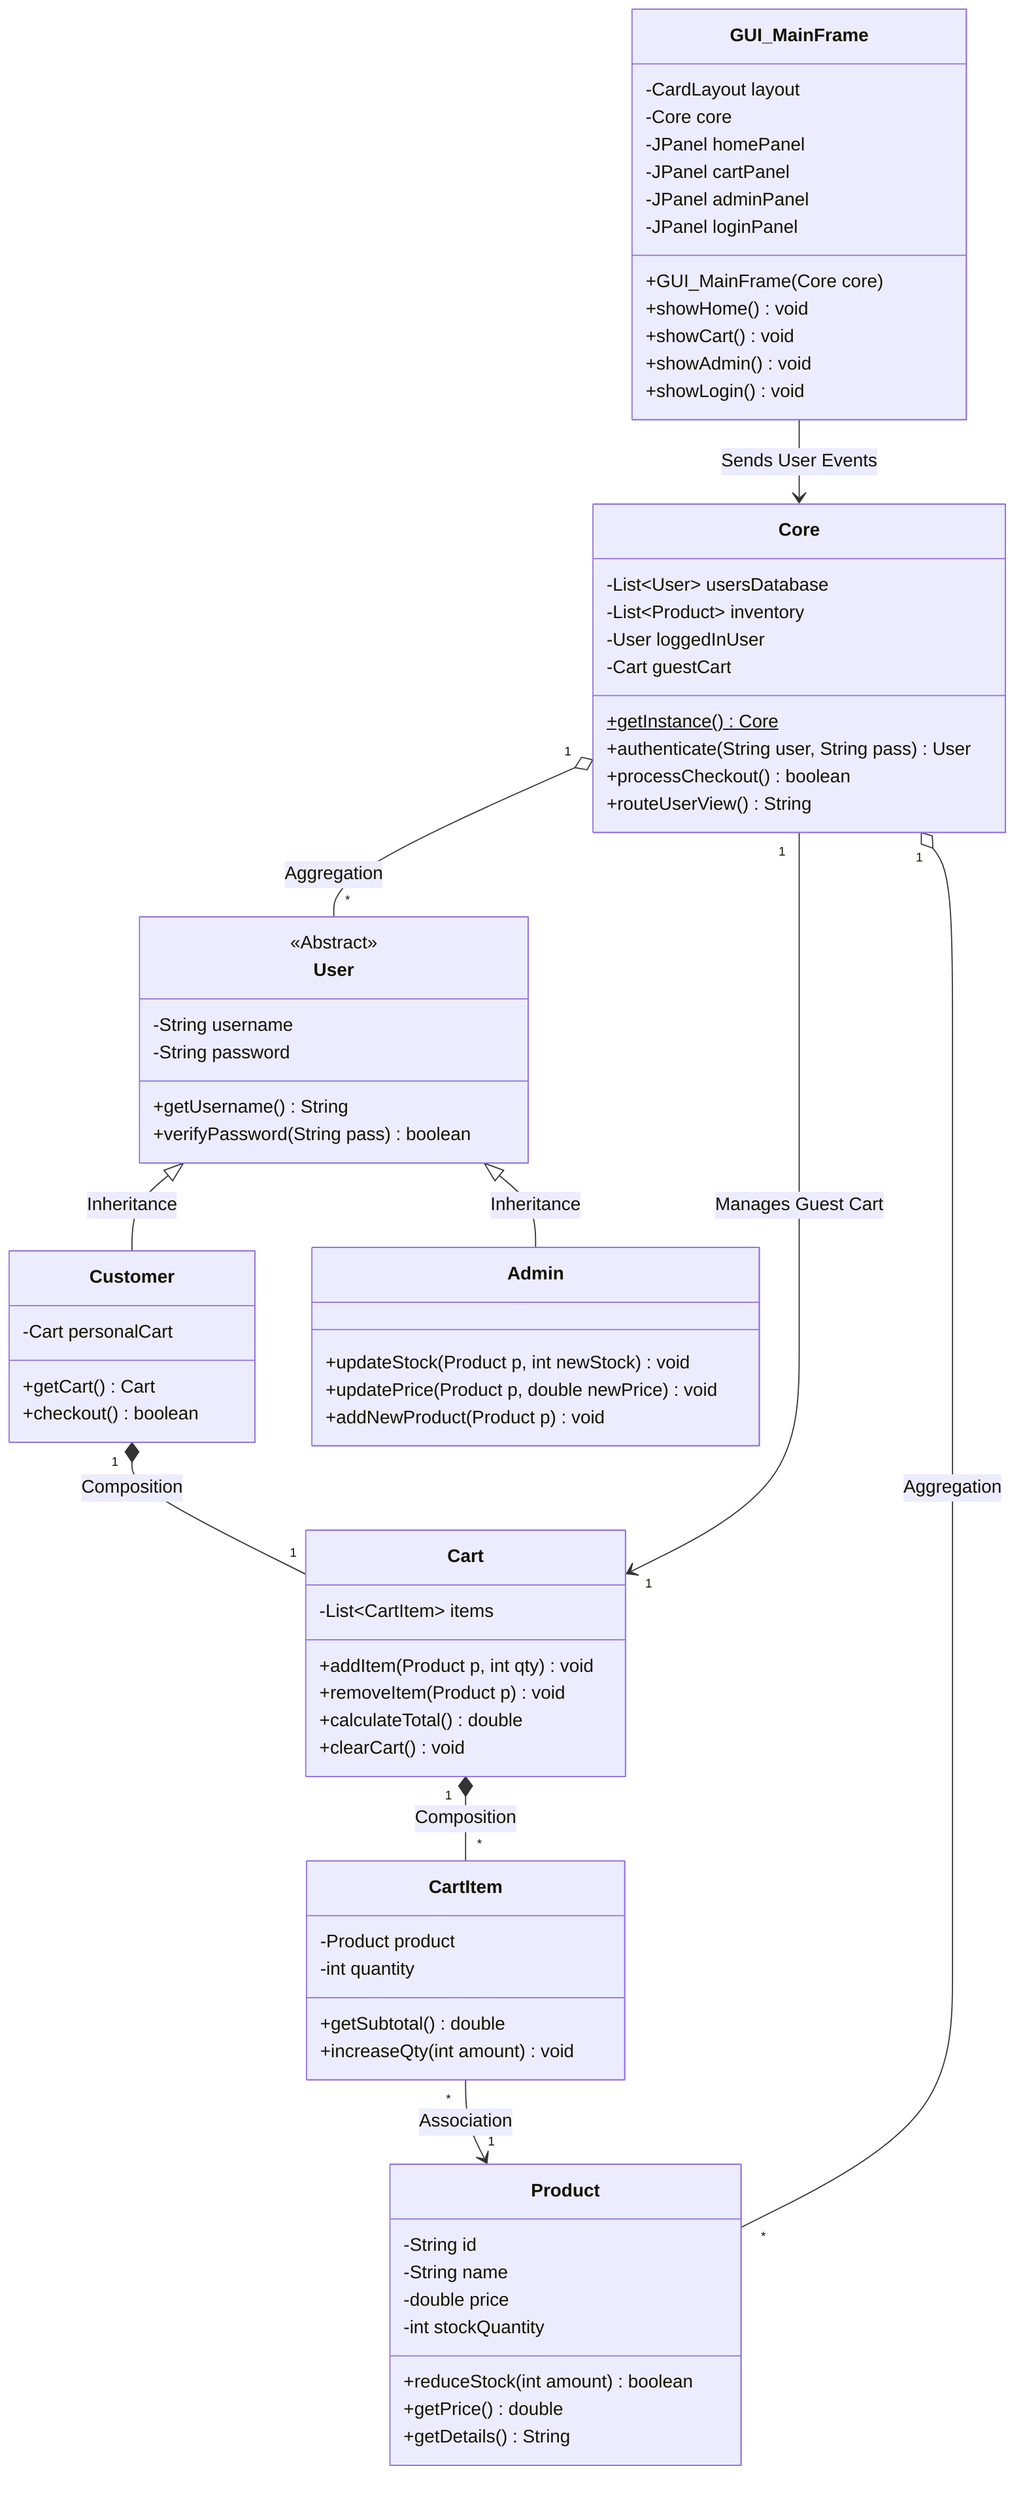
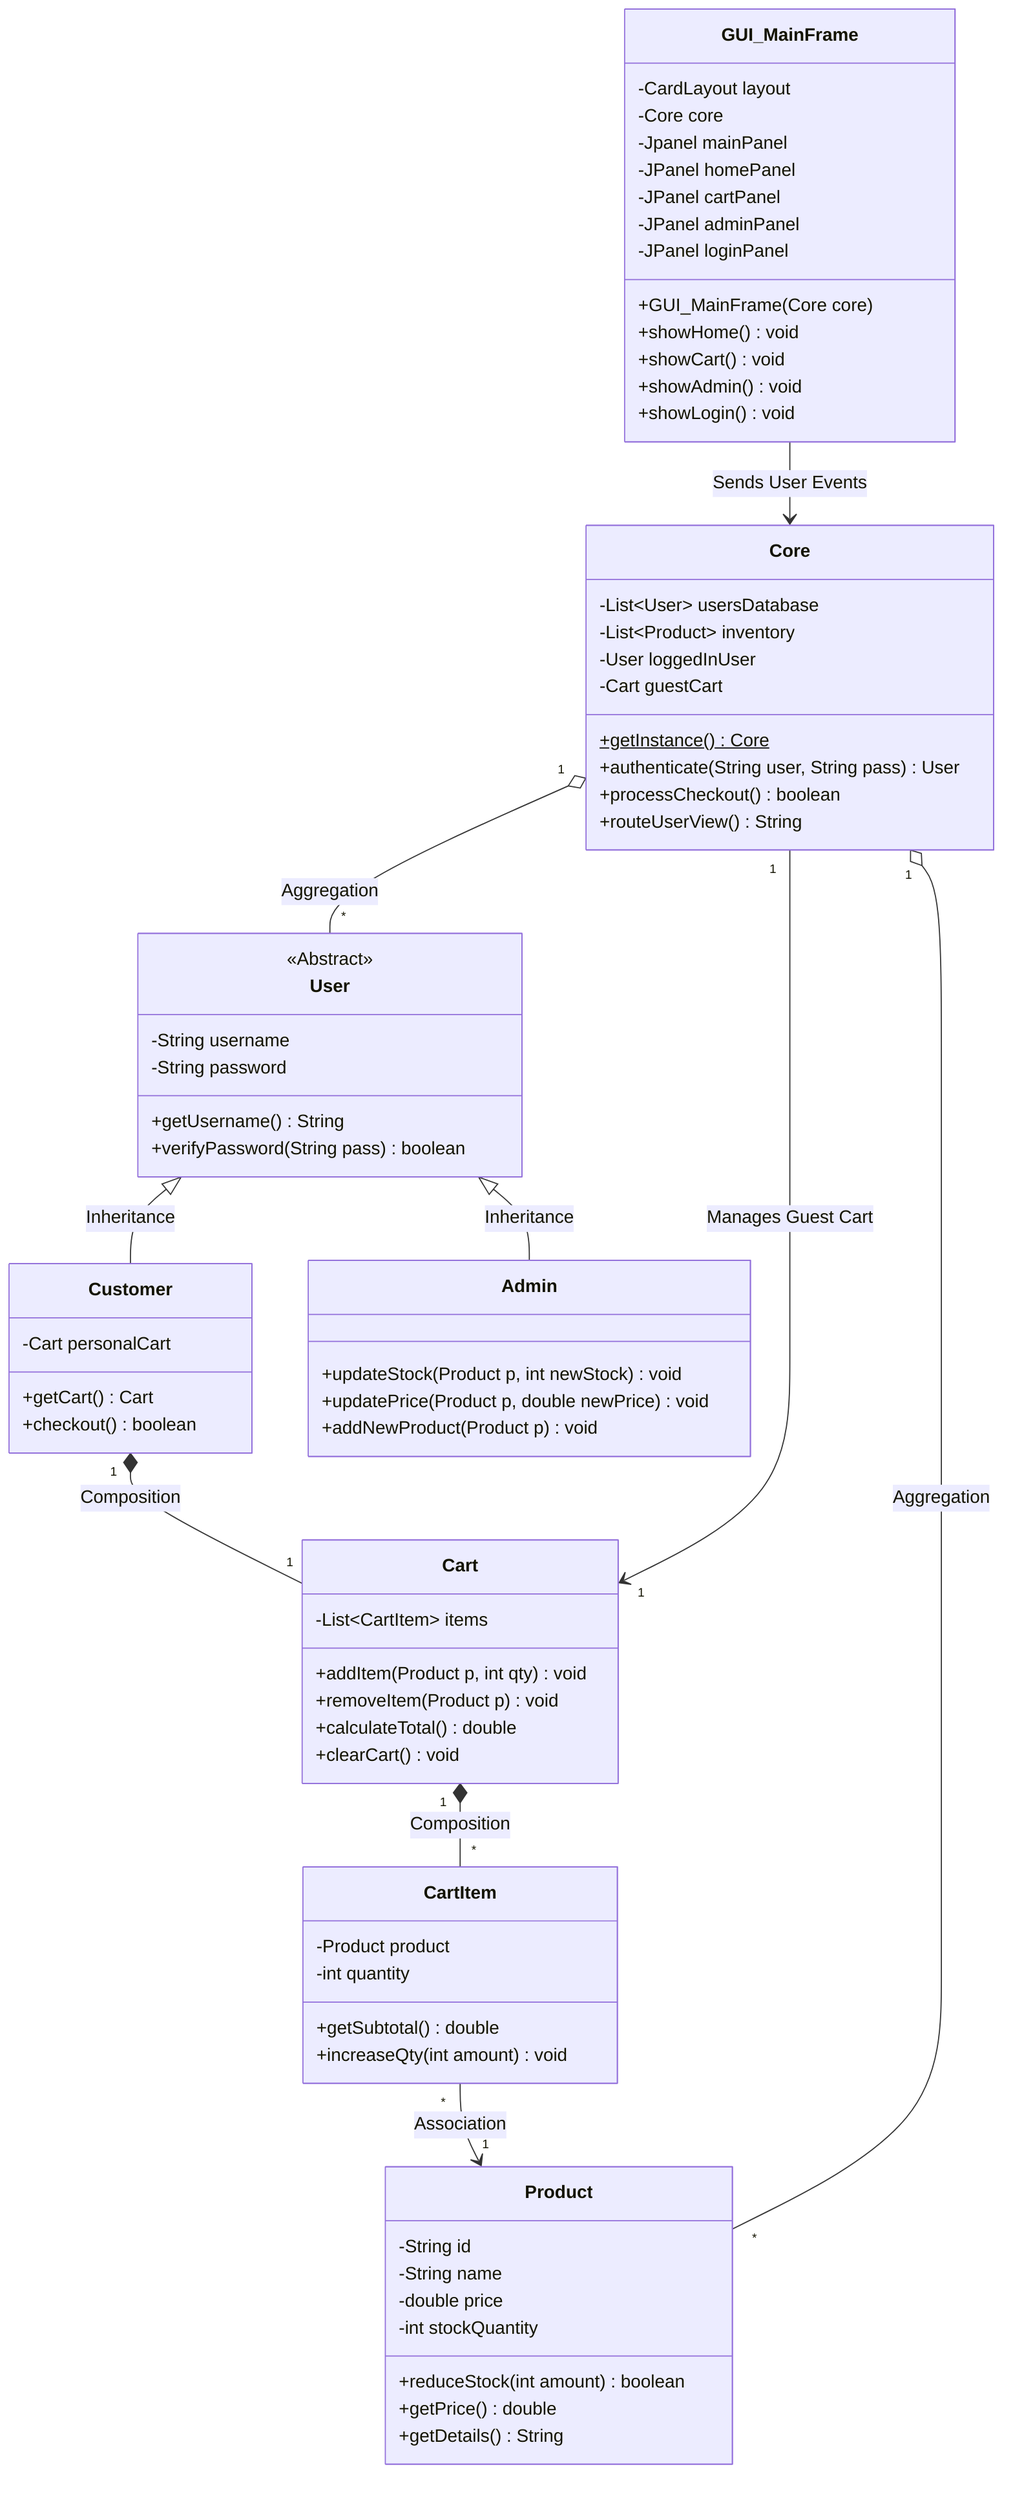
classDiagram
    %% Relationships & Connectors
    User <|-- Customer : Inheritance
    User <|-- Admin : Inheritance

    Customer "1" *-- "1" Cart : Composition
    Cart "1" *-- "*" CartItem : Composition
    CartItem "*" --> "1" Product : Association

    Core "1" o-- "*" User : Aggregation
    Core "1" o-- "*" Product : Aggregation
    Core "1" --> "1" Cart : Manages Guest Cart

    %% Base User Class
    class User {
        <<Abstract>>
        -String username
        -String password
        +getUsername() String
        +verifyPassword(String pass) boolean
    }

    %% Child Classes
    class Customer {
        -Cart personalCart
        +getCart() Cart
        +checkout() boolean
    }

    class Admin {
        +updateStock(Product p, int newStock) void
        +updatePrice(Product p, double newPrice) void
        +addNewProduct(Product p) void
    }

    %% Product & Cart Classes
    class Product {
        -String id
        -String name
        -double price
        -int stockQuantity
        +reduceStock(int amount) boolean
        +getPrice() double
        +getDetails() String
    }

    class Cart {
        -List~CartItem~ items
        +addItem(Product p, int qty) void
        +removeItem(Product p) void
        +calculateTotal() double
        +clearCart() void
    }

    class CartItem {
        -Product product
        -int quantity
        +getSubtotal() double
        +increaseQty(int amount) void
    }

    %% The Main Controller (Singleton)
    class Core {
        -List~User~ usersDatabase
        -List~Product~ inventory
        -User loggedInUser
        -Cart guestCart
        +getInstance() Core$
        +authenticate(String user, String pass) User
        +processCheckout() boolean
        +routeUserView() String
    }

    %% UI Representation (Optional in pure data UML, but helpful)
    class GUI_MainFrame {
        -CardLayout layout
        -Core core
+         -Jpanel mainPanel
        -JPanel homePanel
        -JPanel cartPanel
        -JPanel adminPanel
        -JPanel loginPanel
        +GUI_MainFrame(Core core)
        +showHome() void
        +showCart() void
        +showAdmin() void
        +showLogin() void
    }

    GUI_MainFrame --> Core : Sends User Events